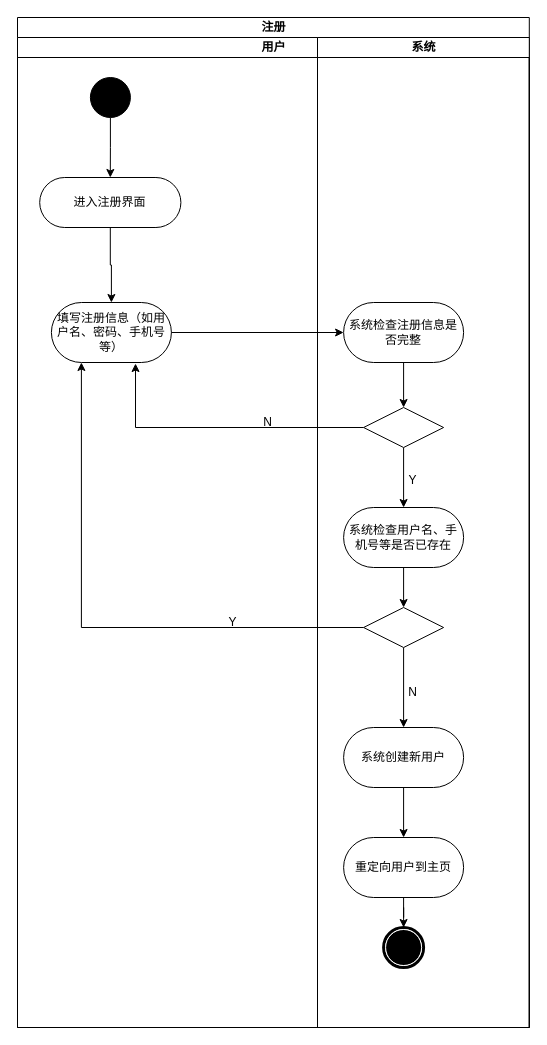
Earlier version of the draw.io diagram page "功能建模" (1 of 2) of 文档/需求分析规约文档/三种建模/02注册用例建模.drawio (w1ntercube/TJ-SE-Design). Source tidied: cells renumbered, new cells numbered last; positions are measured from the earlier drawing's top-left corner, leaving out a move shared by most shapes. Both pictures are drawn from the tidied source at 100%, with x=0, y=0 at pixel (17, 17).
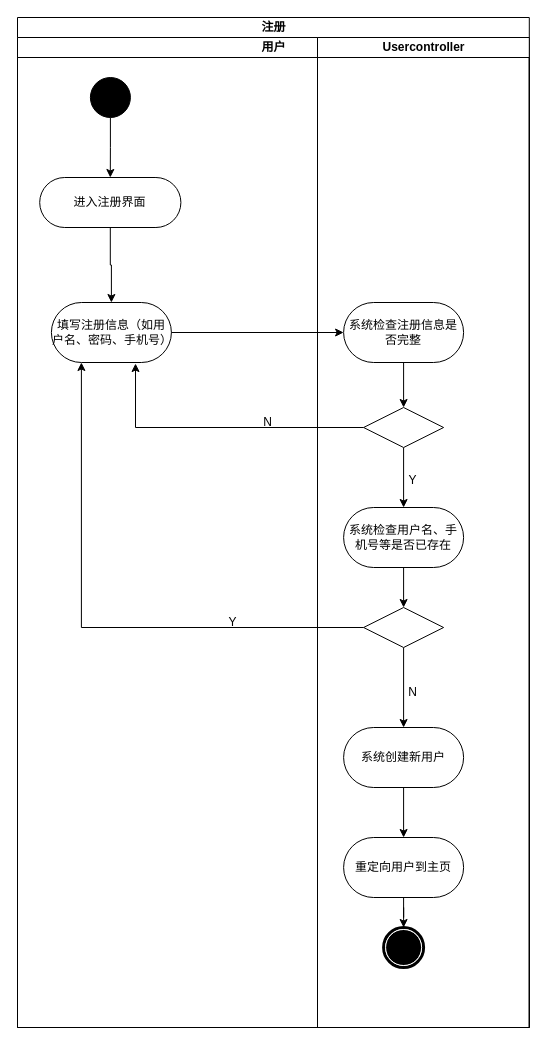
The same diagram, later.

Unchanged cells that the change refers to:
```xml
<mxCell id="3" value="用户" style="swimlane;html=1;startSize=20;" parent="2" vertex="1">
  <mxGeometry y="20" width="511.8" height="990" as="geometry" />
</mxCell>
```

What changed in the source:
```diff
@@
-    <mxCell id="8" value="填写注册信息（如用户名、密码、手机号等）" style="whiteSpace=wrap;html=1;fontFamily=Verdana;rounded=1;shadow=0;comic=0;labelBackgroundColor=none;strokeWidth=1;arcSize=50;" parent="3" vertex="1">
+    <mxCell id="8" value="填写注册信息（如用户名、密码、手机号）" style="whiteSpace=wrap;html=1;fontFamily=Verdana;rounded=1;shadow=0;comic=0;labelBackgroundColor=none;strokeWidth=1;arcSize=50;" parent="3" vertex="1">
       <mxGeometry x="33.9" y="265" width="120" height="60" as="geometry" />
     </mxCell>
@@
-    <mxCell id="10" value="系统" style="swimlane;html=1;startSize=20;" parent="3" vertex="1">
+    <mxCell id="10" value="Usercontroller" style="swimlane;html=1;startSize=20;" parent="3" vertex="1">
       <mxGeometry x="300" width="211.8" height="990" as="geometry" />
     </mxCell>
```
